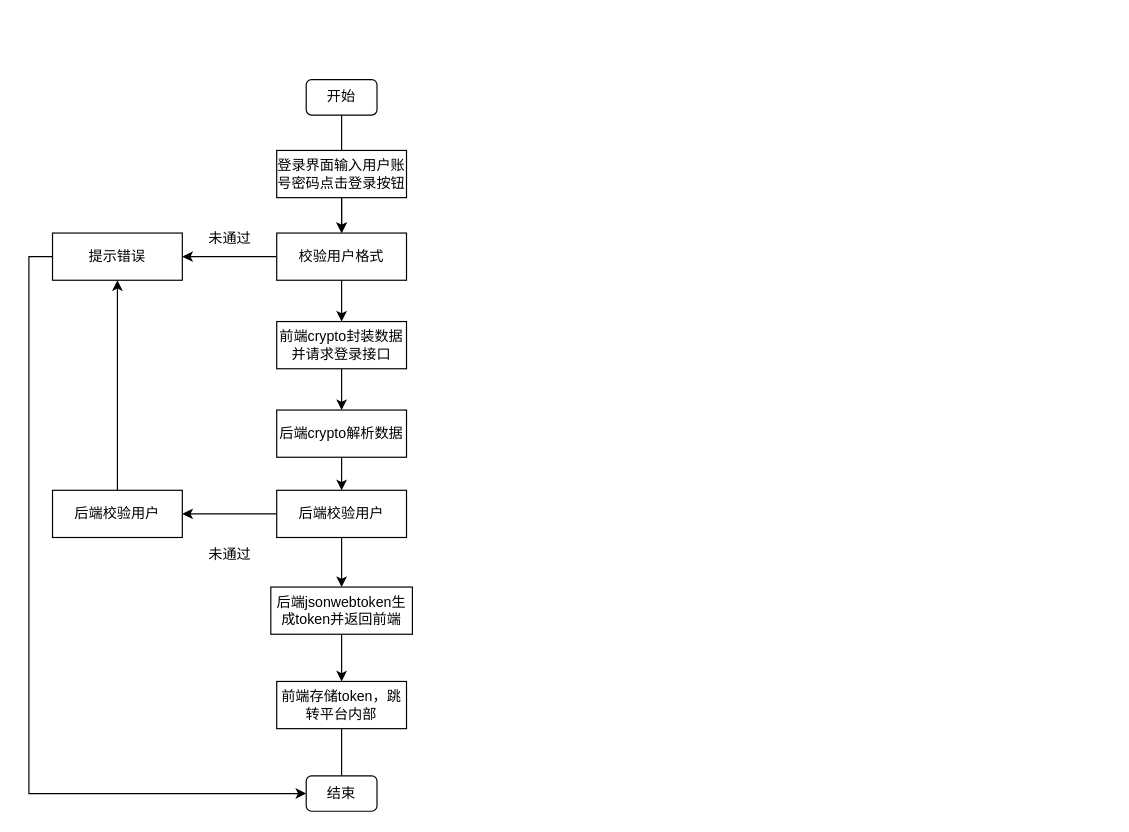
Before: 主体管理模块.drawio in yuxinyu12345/diagrams, a draw.io diagram. Source tidied: cells renumbered, new cells numbered last; positions are measured from the earlier drawing's top-left corner, leaving out a move shared by most shapes. Both pictures are drawn from the tidied source at 118%, with x=0, y=0 at pixel (52, 79).
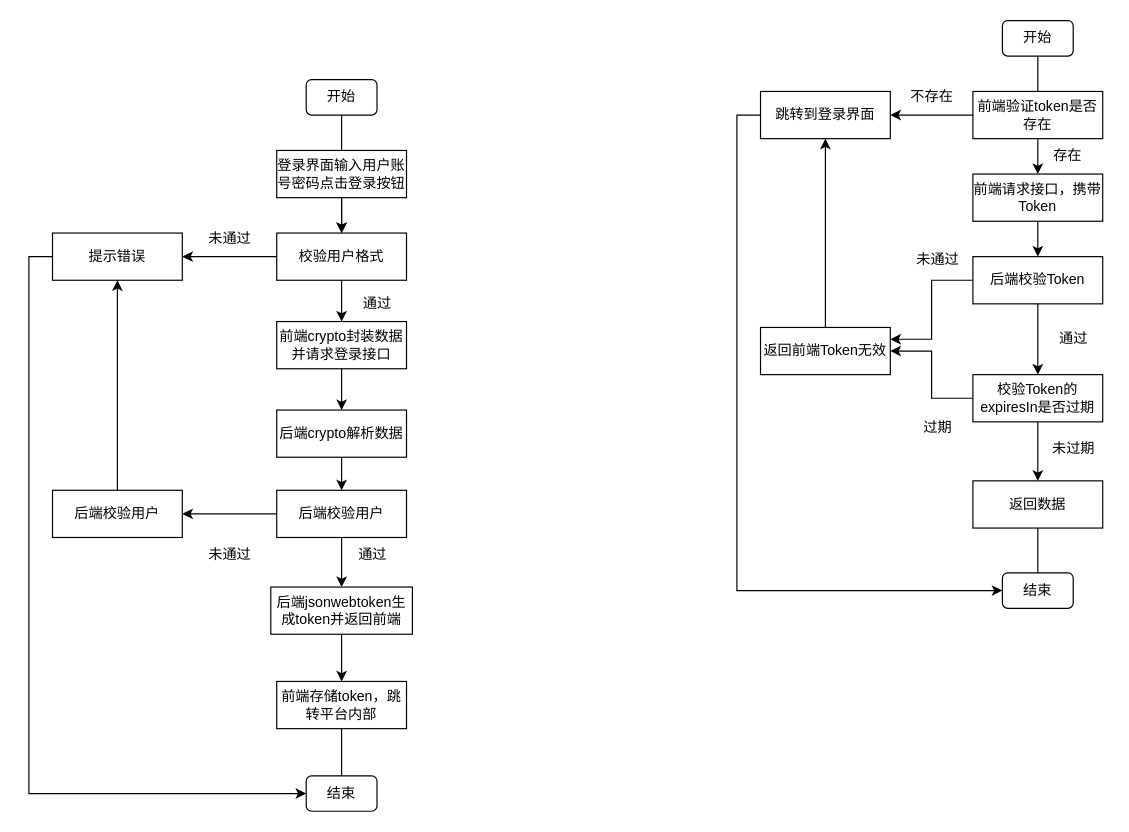
Above is the later version.

Commit message (it also covers changes not shown here):
更新主体管理模块.drawio

What changed in the source:
```diff
@@
+    <mxCell id="27" style="edgeStyle=orthogonalEdgeStyle;rounded=0;jettySize=auto;html=1;exitX=0.5;exitY=1;exitDx=0;exitDy=0;endArrow=none;endFill=0;entryX=0.5;entryY=0;entryDx=0;entryDy=0;" parent="1" edge="1" source="28" target="38">
+      <mxGeometry relative="1" as="geometry" />
+    </mxCell>
+    <mxCell id="28" value="开始" style="rounded=1;whiteSpace=wrap;html=1;" parent="1" vertex="1">
+      <mxGeometry x="805" y="-50" width="60" height="30" as="geometry" />
+    </mxCell>
+    <mxCell id="29" style="edgeStyle=orthogonalEdgeStyle;rounded=0;jettySize=auto;html=1;" parent="1" edge="1" source="30" target="33">
+      <mxGeometry relative="1" as="geometry" />
+    </mxCell>
+    <mxCell id="30" value="前端请求接口，携带Token" style="rounded=0;whiteSpace=wrap;html=1;" parent="1" vertex="1">
+      <mxGeometry x="780" y="80" width="110" height="40" as="geometry" />
+    </mxCell>
+    <mxCell id="31" style="edgeStyle=orthogonalEdgeStyle;rounded=0;jettySize=auto;html=1;" parent="1" edge="1" source="33" target="43">
+      <mxGeometry relative="1" as="geometry" />
+    </mxCell>
+    <mxCell id="32" style="edgeStyle=orthogonalEdgeStyle;rounded=0;jettySize=auto;html=1;exitX=0;exitY=0.5;exitDx=0;exitDy=0;entryX=1;entryY=0.25;entryDx=0;entryDy=0;" parent="1" edge="1" source="33" target="35">
+      <mxGeometry relative="1" as="geometry" />
+    </mxCell>
+    <mxCell id="33" value="后端校验Token" style="rounded=0;whiteSpace=wrap;html=1;" parent="1" vertex="1">
+      <mxGeometry x="780" y="150" width="110" height="40" as="geometry" />
+    </mxCell>
+    <mxCell id="34" style="edgeStyle=orthogonalEdgeStyle;rounded=0;jettySize=auto;html=1;exitX=0.5;exitY=0;exitDx=0;exitDy=0;" parent="1" edge="1" source="35" target="40">
+      <mxGeometry relative="1" as="geometry" />
+    </mxCell>
+    <mxCell id="35" value="返回前端Token无效" style="rounded=0;whiteSpace=wrap;html=1;" parent="1" vertex="1">
+      <mxGeometry x="600" y="210" width="110" height="40" as="geometry" />
+    </mxCell>
+    <mxCell id="36" style="edgeStyle=orthogonalEdgeStyle;rounded=0;jettySize=auto;html=1;exitX=0.5;exitY=1;exitDx=0;exitDy=0;" parent="1" edge="1" source="38" target="30">
+      <mxGeometry relative="1" as="geometry" />
+    </mxCell>
+    <mxCell id="37" style="edgeStyle=orthogonalEdgeStyle;rounded=0;jettySize=auto;html=1;" parent="1" edge="1" source="38" target="40">
+      <mxGeometry relative="1" as="geometry" />
+    </mxCell>
+    <mxCell id="38" value="前端验证token是否存在" style="rounded=0;whiteSpace=wrap;html=1;" parent="1" vertex="1">
+      <mxGeometry x="780" y="10" width="110" height="40" as="geometry" />
+    </mxCell>
+    <mxCell id="39" style="edgeStyle=orthogonalEdgeStyle;rounded=0;jettySize=auto;html=1;exitX=0;exitY=0.5;exitDx=0;exitDy=0;entryX=0;entryY=0.5;entryDx=0;entryDy=0;" parent="1" edge="1" source="40" target="46">
+      <mxGeometry relative="1" as="geometry" />
+    </mxCell>
+    <mxCell id="40" value="跳转到登录界面" style="rounded=0;whiteSpace=wrap;html=1;" parent="1" vertex="1">
+      <mxGeometry x="600" y="10" width="110" height="40" as="geometry" />
+    </mxCell>
+    <mxCell id="41" style="edgeStyle=orthogonalEdgeStyle;rounded=0;jettySize=auto;html=1;exitX=0;exitY=0.5;exitDx=0;exitDy=0;entryX=1;entryY=0.5;entryDx=0;entryDy=0;" parent="1" edge="1" source="43" target="35">
+      <mxGeometry relative="1" as="geometry" />
+    </mxCell>
+    <mxCell id="42" style="edgeStyle=orthogonalEdgeStyle;rounded=0;jettySize=auto;html=1;" parent="1" edge="1" source="43" target="45">
+      <mxGeometry relative="1" as="geometry" />
+    </mxCell>
+    <mxCell id="43" value="校验Token的expiresIn是否过期" style="rounded=0;whiteSpace=wrap;html=1;" parent="1" vertex="1">
+      <mxGeometry x="780" y="250" width="110" height="40" as="geometry" />
+    </mxCell>
+    <mxCell id="44" style="edgeStyle=orthogonalEdgeStyle;rounded=0;jettySize=auto;html=1;endArrow=none;endFill=0;entryX=0.5;entryY=0;entryDx=0;entryDy=0;" parent="1" edge="1" source="45" target="46">
+      <mxGeometry relative="1" as="geometry" />
+    </mxCell>
+    <mxCell id="45" value="返回数据" style="rounded=0;whiteSpace=wrap;html=1;" parent="1" vertex="1">
+      <mxGeometry x="780" y="340" width="110" height="40" as="geometry" />
+    </mxCell>
+    <mxCell id="46" value="结束" style="rounded=1;whiteSpace=wrap;html=1;" parent="1" vertex="1">
+      <mxGeometry x="805" y="418" width="60" height="30" as="geometry" />
+    </mxCell>
+    <mxCell id="47" value="未通过" style="text;html=1;align=center;verticalAlign=middle;strokeColor=none;fillColor=none;" parent="1" vertex="1">
+      <mxGeometry x="720" y="138" width="60" height="30" as="geometry" />
+    </mxCell>
+    <mxCell id="48" value="通过" style="text;html=1;align=center;verticalAlign=middle;strokeColor=none;fillColor=none;" parent="1" vertex="1">
+      <mxGeometry x="840" y="205" width="50" height="30" as="geometry" />
+    </mxCell>
+    <mxCell id="49" value="未过期" style="text;html=1;align=center;verticalAlign=middle;strokeColor=none;fillColor=none;" parent="1" vertex="1">
+      <mxGeometry x="835" y="298" width="60" height="30" as="geometry" />
+    </mxCell>
+    <mxCell id="50" value="过期" style="text;html=1;align=center;verticalAlign=middle;strokeColor=none;fillColor=none;" parent="1" vertex="1">
+      <mxGeometry x="725" y="280" width="50" height="30" as="geometry" />
+    </mxCell>
+    <mxCell id="51" value="不存在" style="text;html=1;align=center;verticalAlign=middle;strokeColor=none;fillColor=none;" parent="1" vertex="1">
+      <mxGeometry x="715" width="60" height="30" as="geometry" />
+    </mxCell>
+    <mxCell id="52" value="存在" style="text;html=1;align=center;verticalAlign=middle;strokeColor=none;fillColor=none;" parent="1" vertex="1">
+      <mxGeometry x="835" y="50" width="50" height="30" as="geometry" />
+    </mxCell>
+    <mxCell id="53" value="通过" style="text;html=1;align=center;verticalAlign=middle;strokeColor=none;fillColor=none;" parent="1" vertex="1">
+      <mxGeometry x="250" y="175" width="50" height="30" as="geometry" />
+    </mxCell>
+    <mxCell id="54" value="通过" style="text;html=1;align=center;verticalAlign=middle;strokeColor=none;fillColor=none;" parent="1" vertex="1">
+      <mxGeometry x="246" y="388" width="50" height="30" as="geometry" />
+    </mxCell>
```
